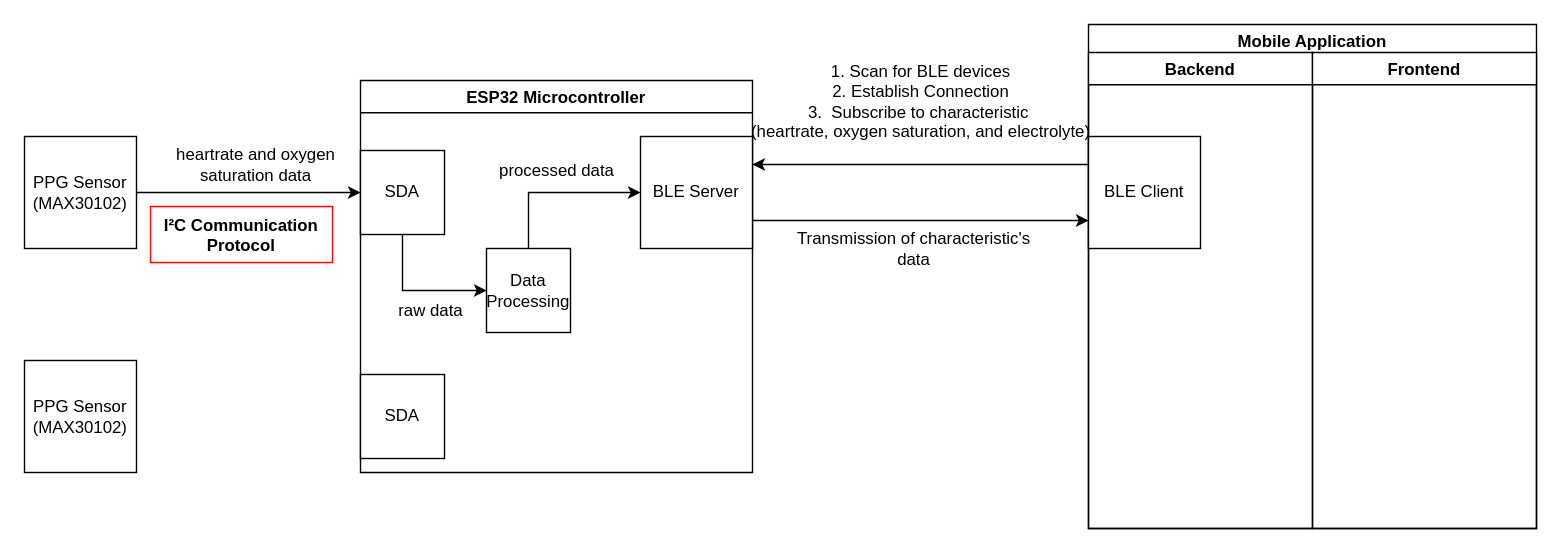
Above: functional_diagram_477.drawio in herbertbruyn/ECE477_HydraWise (draw.io), before the change. Source tidied: cells renumbered, new cells numbered last; positions are measured from the earlier drawing's top-left corner, leaving out a move shared by most shapes. Both pictures are drawn from the tidied source at 140%, with x=0, y=0 at pixel (24, 24).
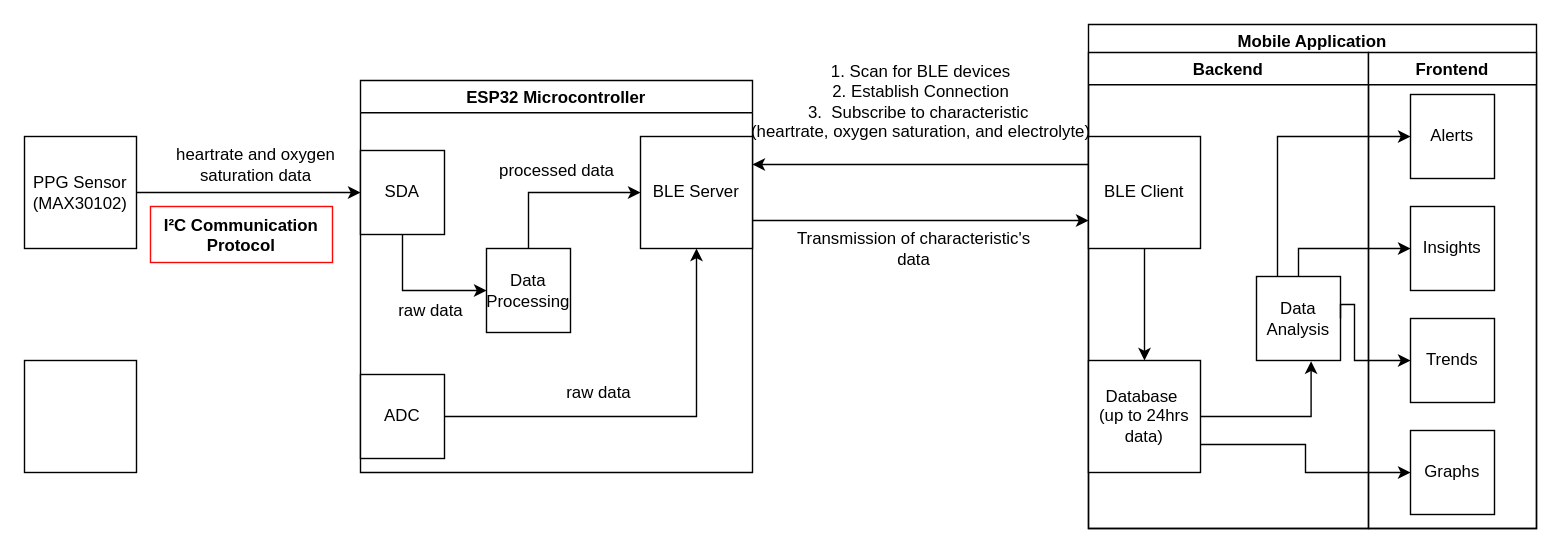
After the change.

The change refers to these unchanged cells:
```xml
<mxCell id="2" value="Mobile Application" style="swimlane;" parent="1" vertex="1">
  <mxGeometry x="760" width="320" height="360" as="geometry" />
</mxCell>
<mxCell id="4" value="BLE Client" style="whiteSpace=wrap;html=1;" parent="3" vertex="1">
  <mxGeometry y="60" width="80" height="80" as="geometry" />
</mxCell>
<mxCell id="5" value="ESP32 Microcontroller" style="swimlane;" parent="1" vertex="1">
  <mxGeometry x="240" y="40" width="280" height="280" as="geometry" />
</mxCell>
<mxCell id="6" value="BLE Server" style="whiteSpace=wrap;html=1;" parent="5" vertex="1">
  <mxGeometry x="200" y="40" width="80" height="80" as="geometry" />
</mxCell>
```

The edit, as a diff of the source:
```diff
@@
     <mxCell id="3" value="Backend" style="swimlane;" parent="2" vertex="1">
-      <mxGeometry y="20" width="160" height="340" as="geometry" />
+      <mxGeometry y="20" width="200" height="340" as="geometry" />
     </mxCell>
+    <mxCell id="24" style="edgeStyle=orthogonalEdgeStyle;rounded=0;jettySize=auto;html=1;exitX=0.5;exitY=1;exitDx=0;exitDy=0;entryX=0.5;entryY=0;entryDx=0;entryDy=0;" parent="3" edge="1" source="4" target="25">
+      <mxGeometry relative="1" as="geometry" />
+    </mxCell>
@@
+    <mxCell id="25" value="Database&amp;nbsp;&lt;div&gt;(up to 24hrs data)&lt;/div&gt;" style="whiteSpace=wrap;html=1;" parent="3" vertex="1">
+      <mxGeometry y="220" width="80" height="80" as="geometry" />
+    </mxCell>
+    <mxCell id="26" value="Data Analysis" style="whiteSpace=wrap;html=1;" parent="3" vertex="1">
+      <mxGeometry x="120" y="160" width="60" height="60" as="geometry" />
+    </mxCell>
+    <mxCell id="27" style="edgeStyle=orthogonalEdgeStyle;rounded=0;jettySize=auto;html=1;exitX=1;exitY=0.5;exitDx=0;exitDy=0;entryX=0.65;entryY=1.009;entryDx=0;entryDy=0;entryPerimeter=0;" parent="3" edge="1" source="25" target="26">
+      <mxGeometry relative="1" as="geometry" />
+    </mxCell>
@@
+    <mxCell id="28" style="edgeStyle=orthogonalEdgeStyle;rounded=0;jettySize=auto;html=1;exitX=1;exitY=0.5;exitDx=0;exitDy=0;" parent="5" edge="1" source="13" target="6">
+      <mxGeometry relative="1" as="geometry" />
+    </mxCell>
-    <mxCell id="13" value="SDA" style="whiteSpace=wrap;html=1;" parent="5" vertex="1">
+    <mxCell id="13" value="ADC" style="whiteSpace=wrap;html=1;" parent="5" vertex="1">
       <mxGeometry y="210" width="60" height="60" as="geometry" />
     </mxCell>
@@
     <mxCell id="18" value="Frontend" style="swimlane;startSize=23;" parent="1" vertex="1">
-      <mxGeometry x="920" y="20" width="160" height="340" as="geometry" />
+      <mxGeometry x="960" y="20" width="120" height="340" as="geometry" />
     </mxCell>
+    <mxCell id="29" value="Graphs" style="whiteSpace=wrap;html=1;" parent="18" vertex="1">
+      <mxGeometry x="30" y="270" width="60" height="60" as="geometry" />
+    </mxCell>
+    <mxCell id="30" value="Trends" style="whiteSpace=wrap;html=1;" parent="18" vertex="1">
+      <mxGeometry x="30" y="190" width="60" height="60" as="geometry" />
+    </mxCell>
+    <mxCell id="31" value="Insights" style="whiteSpace=wrap;html=1;" parent="18" vertex="1">
+      <mxGeometry x="30" y="110" width="60" height="60" as="geometry" />
+    </mxCell>
+    <mxCell id="32" value="Alerts" style="whiteSpace=wrap;html=1;" parent="18" vertex="1">
+      <mxGeometry x="30" y="30" width="60" height="60" as="geometry" />
+    </mxCell>
@@
-    <mxCell id="23" value="PPG Sensor&lt;div&gt;(MAX30102)&lt;/div&gt;" style="whiteSpace=wrap;html=1;" parent="1" vertex="1">
+    <mxCell id="23" style="whiteSpace=wrap;html=1;" parent="1" vertex="1">
       <mxGeometry y="240" width="80" height="80" as="geometry" />
     </mxCell>
+    <mxCell id="33" style="edgeStyle=orthogonalEdgeStyle;rounded=0;jettySize=auto;html=1;exitX=1;exitY=0.75;exitDx=0;exitDy=0;" parent="1" edge="1" source="25" target="29">
+      <mxGeometry relative="1" as="geometry" />
+    </mxCell>
+    <mxCell id="34" style="edgeStyle=orthogonalEdgeStyle;rounded=0;jettySize=auto;html=1;exitX=1;exitY=0.5;exitDx=0;exitDy=0;entryX=0;entryY=0.5;entryDx=0;entryDy=0;" parent="1" edge="1" source="26" target="30">
+      <mxGeometry relative="1" as="geometry">
+        <Array as="points">
+          <mxPoint x="950" y="200" />
+          <mxPoint x="950" y="240" />
+        </Array>
+      </mxGeometry>
+    </mxCell>
+    <mxCell id="35" style="edgeStyle=orthogonalEdgeStyle;rounded=0;jettySize=auto;html=1;exitX=0.5;exitY=0;exitDx=0;exitDy=0;entryX=0;entryY=0.5;entryDx=0;entryDy=0;" parent="1" edge="1" source="26" target="31">
+      <mxGeometry relative="1" as="geometry" />
+    </mxCell>
+    <mxCell id="36" style="edgeStyle=orthogonalEdgeStyle;rounded=0;jettySize=auto;html=1;exitX=0.25;exitY=0;exitDx=0;exitDy=0;entryX=0;entryY=0.5;entryDx=0;entryDy=0;" parent="1" edge="1" source="26" target="32">
+      <mxGeometry relative="1" as="geometry" />
+    </mxCell>
+    <mxCell id="37" value="raw data" style="text;html=1;align=center;verticalAlign=middle;strokeColor=none;fillColor=none;" parent="1" vertex="1">
+      <mxGeometry x="375" y="248" width="70" height="30" as="geometry" />
+    </mxCell>
```
